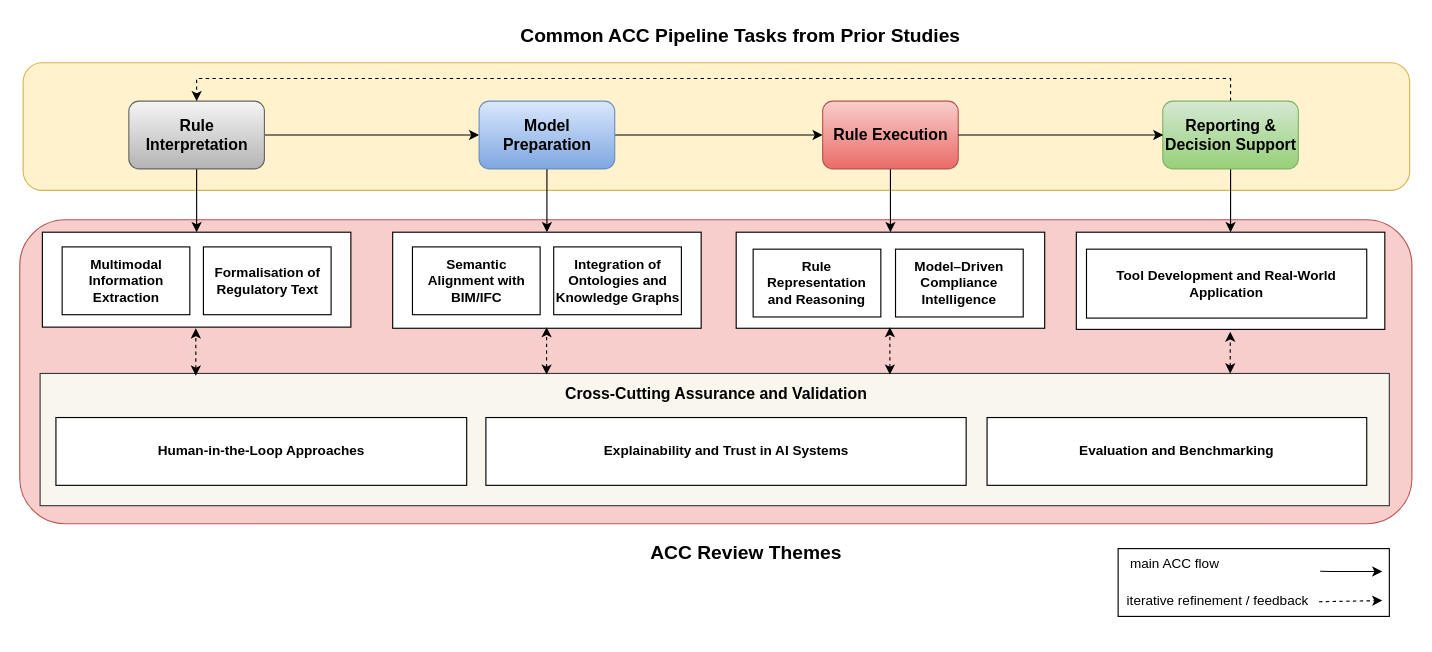
The draw.io diagram PreThemes.drawio in ysenousy/ACC-N-ACE, before the edit. Source tidied: cells renumbered, new cells numbered last; positions are measured from the earlier drawing's top-left corner, leaving out a move shared by most shapes. Both pictures are drawn from the tidied source at 113%, with x=0, y=0 at pixel (19, 19).
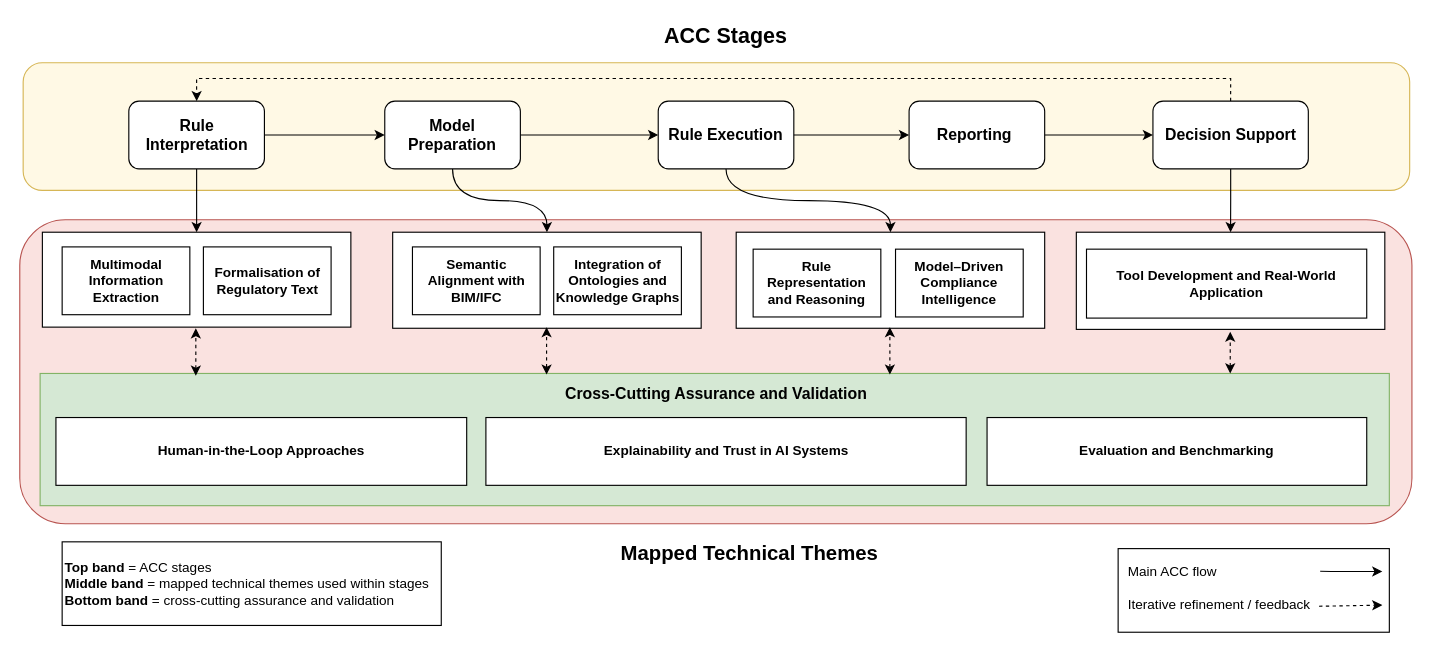
After the change.

Unchanged cells that the change refers to:
```xml
<mxCell id="17" style="rounded=0;whiteSpace=wrap;html=1;" parent="1" vertex="1">
  <mxGeometry x="330" y="188" width="273" height="85" as="geometry" />
</mxCell>
<mxCell id="19" style="rounded=0;whiteSpace=wrap;html=1;" parent="1" vertex="1">
  <mxGeometry x="935" y="188" width="273" height="86" as="geometry" />
</mxCell>
<mxCell id="20" style="rounded=0;whiteSpace=wrap;html=1;" parent="1" vertex="1">
  <mxGeometry x="634" y="188" width="273" height="85" as="geometry" />
</mxCell>
```

What changed in the source:
```diff
@@
-    <mxCell id="2" style="rounded=1;whiteSpace=wrap;html=1;fillColor=#f8cecc;strokeColor=#b85450;fillStyle=auto;" parent="1" vertex="1">
-      <mxGeometry y="177" width="1232" height="269" as="geometry" />
-    </mxCell>
-    <mxCell id="3" style="rounded=1;whiteSpace=wrap;html=1;fillColor=#fff2cc;strokeColor=#d6b656;fillStyle=auto;" parent="1" vertex="1">
-      <mxGeometry x="3" y="38" width="1227" height="113" as="geometry" />
-    </mxCell>
+    <mxCell id="43" style="rounded=1;whiteSpace=wrap;html=1;fillColor=light-dark(#fae2e0, #512d2b);strokeColor=#b85450;fillStyle=auto;gradientColor=none;gradientDirection=west;" parent="1" vertex="1">
+      <mxGeometry y="177" width="1232" height="269" as="geometry" />
+    </mxCell>
+    <mxCell id="44" style="rounded=1;whiteSpace=wrap;html=1;fillColor=light-dark(#fff9e5, #281d00);strokeColor=#d6b656;fillStyle=auto;" parent="1" vertex="1">
+      <mxGeometry x="3" y="38" width="1227" height="113" as="geometry" />
+    </mxCell>
@@
-    <mxCell id="6" value="&lt;font style=&quot;font-size: 14px;&quot;&gt;&lt;b&gt;Rule Interpretation&lt;/b&gt;&lt;/font&gt;" style="rounded=1;whiteSpace=wrap;html=1;fillColor=#f5f5f5;gradientColor=#b3b3b3;strokeColor=#666666;" parent="1" vertex="1">
+    <mxCell id="6" value="&lt;font style=&quot;font-size: 14px;&quot;&gt;&lt;b&gt;Rule Interpretation&lt;/b&gt;&lt;/font&gt;" style="rounded=1;whiteSpace=wrap;html=1;" parent="1" vertex="1">
       <mxGeometry x="96.5" y="72" width="120" height="60" as="geometry" />
     </mxCell>
@@
-    <mxCell id="8" style="edgeStyle=orthogonalEdgeStyle;rounded=0;jettySize=auto;html=1;entryX=0.5;entryY=0;entryDx=0;entryDy=0;" parent="1" edge="1" source="9" target="17">
+    <mxCell id="8" style="edgeStyle=orthogonalEdgeStyle;rounded=0;jettySize=auto;html=1;entryX=0.5;entryY=0;entryDx=0;entryDy=0;curved=1;" parent="1" edge="1" source="9" target="17">
       <mxGeometry relative="1" as="geometry" />
     </mxCell>
-    <mxCell id="9" value="&lt;font style=&quot;font-size: 14px;&quot;&gt;&lt;b&gt;Model Preparation&lt;/b&gt;&lt;/font&gt;" style="rounded=1;whiteSpace=wrap;html=1;fillColor=#dae8fc;gradientColor=#7ea6e0;strokeColor=#6c8ebf;" parent="1" vertex="1">
-      <mxGeometry x="406.5" y="72" width="120" height="60" as="geometry" />
+    <mxCell id="9" value="&lt;font style=&quot;font-size: 14px;&quot;&gt;&lt;b&gt;Model Preparation&lt;/b&gt;&lt;/font&gt;" style="rounded=1;whiteSpace=wrap;html=1;" parent="1" vertex="1">
+      <mxGeometry x="323" y="72" width="120" height="60" as="geometry" />
     </mxCell>
-    <mxCell id="10" style="edgeStyle=orthogonalEdgeStyle;rounded=0;jettySize=auto;html=1;entryX=0.5;entryY=0;entryDx=0;entryDy=0;" parent="1" edge="1" source="11" target="20">
+    <mxCell id="10" style="edgeStyle=orthogonalEdgeStyle;rounded=0;jettySize=auto;html=1;entryX=0.5;entryY=0;entryDx=0;entryDy=0;curved=1;" parent="1" edge="1" source="11" target="20">
       <mxGeometry relative="1" as="geometry" />
     </mxCell>
-    <mxCell id="11" value="&lt;font style=&quot;font-size: 14px;&quot;&gt;&lt;b&gt;Rule Execution&lt;/b&gt;&lt;/font&gt;" style="rounded=1;whiteSpace=wrap;html=1;fillColor=#f8cecc;gradientColor=#ea6b66;strokeColor=#b85450;" parent="1" vertex="1">
-      <mxGeometry x="710.5" y="72" width="120" height="60" as="geometry" />
+    <mxCell id="11" value="&lt;font style=&quot;font-size: 14px;&quot;&gt;&lt;b&gt;Rule Execution&lt;/b&gt;&lt;/font&gt;" style="rounded=1;whiteSpace=wrap;html=1;" parent="1" vertex="1">
+      <mxGeometry x="565" y="72" width="120" height="60" as="geometry" />
     </mxCell>
-    <mxCell id="12" style="edgeStyle=orthogonalEdgeStyle;rounded=0;jettySize=auto;html=1;entryX=0.5;entryY=0;entryDx=0;entryDy=0;" parent="1" edge="1" source="14" target="19">
-      <mxGeometry relative="1" as="geometry" />
-    </mxCell>
-    <mxCell id="13" style="edgeStyle=orthogonalEdgeStyle;rounded=0;jettySize=auto;html=1;exitX=0.5;exitY=0;exitDx=0;exitDy=0;entryX=0.5;entryY=0;entryDx=0;entryDy=0;dashed=1;" parent="1" edge="1" source="14" target="6">
-      <mxGeometry relative="1" as="geometry" />
-    </mxCell>
-    <mxCell id="14" value="&lt;font style=&quot;font-size: 14px;&quot;&gt;&lt;b&gt;Reporting &amp;amp; Decision Support&lt;/b&gt;&lt;/font&gt;" style="rounded=1;whiteSpace=wrap;html=1;fillColor=#d5e8d4;gradientColor=#97d077;strokeColor=#82b366;" parent="1" vertex="1">
-      <mxGeometry x="1011.5" y="72" width="120" height="60" as="geometry" />
-    </mxCell>
+    <mxCell id="45" style="edgeStyle=orthogonalEdgeStyle;rounded=0;jettySize=auto;html=1;entryX=0.5;entryY=0;entryDx=0;entryDy=0;" parent="1" edge="1" source="47" target="19">
+      <mxGeometry relative="1" as="geometry" />
+    </mxCell>
+    <mxCell id="46" style="edgeStyle=orthogonalEdgeStyle;rounded=0;jettySize=auto;html=1;exitX=0.5;exitY=0;exitDx=0;exitDy=0;entryX=0.5;entryY=0;entryDx=0;entryDy=0;dashed=1;" parent="1" edge="1" source="47" target="6">
+      <mxGeometry relative="1" as="geometry" />
+    </mxCell>
+    <mxCell id="47" value="&lt;font style=&quot;font-size: 14px;&quot;&gt;&lt;b&gt;Decision Support&lt;/b&gt;&lt;/font&gt;" style="rounded=1;whiteSpace=wrap;html=1;" parent="1" vertex="1">
+      <mxGeometry x="1002.8" y="72" width="137.5" height="60" as="geometry" />
+    </mxCell>
@@
-    <mxCell id="23" style="rounded=0;whiteSpace=wrap;html=1;fillColor=#f9f7ed;strokeColor=#36393d;" parent="1" vertex="1">
-      <mxGeometry x="18" y="313" width="1194" height="117" as="geometry" />
-    </mxCell>
+    <mxCell id="48" style="rounded=0;whiteSpace=wrap;html=1;fillColor=#d5e8d4;strokeColor=#82b366;" parent="1" vertex="1">
+      <mxGeometry x="18" y="313" width="1194" height="117" as="geometry" />
+    </mxCell>
@@
-    <mxCell id="26" style="edgeStyle=orthogonalEdgeStyle;rounded=0;jettySize=auto;html=1;curved=1;" parent="1" edge="1" source="11">
-      <mxGeometry relative="1" as="geometry">
-        <mxPoint x="1012" y="102" as="targetPoint" />
-      </mxGeometry>
-    </mxCell>
-    <mxCell id="27" style="endArrow=classic;startArrow=classic;html=1;rounded=0;entryX=0.5;entryY=1;entryDx=0;entryDy=0;dashed=1;exitX=0.116;exitY=0.011;exitDx=0;exitDy=0;exitPerimeter=0;" parent="1" edge="1">
-      <mxGeometry relative="1" as="geometry">
-        <mxPoint x="155.8" y="315" as="sourcePoint" />
-        <mxPoint x="155.8" y="273" as="targetPoint" />
-      </mxGeometry>
-    </mxCell>
-    <mxCell id="28" style="rounded=0;whiteSpace=wrap;html=1;" parent="1" vertex="1">
-      <mxGeometry x="972" y="468" width="240" height="60" as="geometry" />
-    </mxCell>
-    <mxCell id="29" style="endArrow=classic;html=1;rounded=0;" parent="1" edge="1">
-      <mxGeometry relative="1" as="geometry">
-        <mxPoint x="1150.8" y="488" as="sourcePoint" />
-        <mxPoint x="1205.8" y="488.3" as="targetPoint" />
-        <Array as="points">
-          <mxPoint x="1160.8" y="488.3" />
-        </Array>
-      </mxGeometry>
-    </mxCell>
-    <mxCell id="30" style="endArrow=classic;html=1;rounded=0;dashed=1;" parent="1" edge="1">
-      <mxGeometry relative="1" as="geometry">
-        <mxPoint x="1149.8" y="515" as="sourcePoint" />
-        <mxPoint x="1205.8" y="514" as="targetPoint" />
-      </mxGeometry>
-    </mxCell>
-    <mxCell id="31" value="main ACC flow" style="text;whiteSpace=wrap;html=1;" parent="1" vertex="1">
-      <mxGeometry x="980.5" y="468" width="107" height="36" as="geometry" />
-    </mxCell>
-    <mxCell id="32" value="iterative refinement / feedback" style="text;whiteSpace=wrap;html=1;" parent="1" vertex="1">
-      <mxGeometry x="978.2" y="500" width="165.4" height="36" as="geometry" />
-    </mxCell>
+    <mxCell id="49" style="edgeStyle=orthogonalEdgeStyle;rounded=0;jettySize=auto;html=1;curved=1;entryX=0;entryY=0.5;entryDx=0;entryDy=0;" parent="1" edge="1" source="61" target="47">
+      <mxGeometry relative="1" as="geometry" />
+    </mxCell>
+    <mxCell id="50" style="endArrow=classic;startArrow=classic;html=1;rounded=0;entryX=0.5;entryY=1;entryDx=0;entryDy=0;dashed=1;exitX=0.116;exitY=0.011;exitDx=0;exitDy=0;exitPerimeter=0;" parent="1" edge="1">
+      <mxGeometry relative="1" as="geometry">
+        <mxPoint x="155.8" y="315" as="sourcePoint" />
+        <mxPoint x="155.8" y="273" as="targetPoint" />
+      </mxGeometry>
+    </mxCell>
+    <mxCell id="51" style="rounded=0;whiteSpace=wrap;html=1;" parent="1" vertex="1">
+      <mxGeometry x="972" y="468" width="240" height="74" as="geometry" />
+    </mxCell>
+    <mxCell id="52" style="endArrow=classic;html=1;rounded=0;" parent="1" edge="1">
+      <mxGeometry relative="1" as="geometry">
+        <mxPoint x="1150.8" y="488" as="sourcePoint" />
+        <mxPoint x="1205.8" y="488.3" as="targetPoint" />
+        <Array as="points">
+          <mxPoint x="1160.8" y="488.3" />
+        </Array>
+      </mxGeometry>
+    </mxCell>
+    <mxCell id="53" style="endArrow=classic;html=1;rounded=0;dashed=1;" parent="1" edge="1">
+      <mxGeometry relative="1" as="geometry">
+        <mxPoint x="1149.8" y="519" as="sourcePoint" />
+        <mxPoint x="1205.8" y="518" as="targetPoint" />
+      </mxGeometry>
+    </mxCell>
+    <mxCell id="54" value="Main ACC flow&lt;div&gt;&lt;br&gt;&lt;/div&gt;&lt;div&gt;Iterative refinement / feedback&lt;/div&gt;" style="text;whiteSpace=wrap;html=1;" parent="1" vertex="1">
+      <mxGeometry x="979" y="475" width="191.5" height="64" as="geometry" />
+    </mxCell>
@@
-    <mxCell id="37" style="endArrow=classic;startArrow=classic;html=1;rounded=0;dashed=1;exitX=0.116;exitY=0.011;exitDx=0;exitDy=0;exitPerimeter=0;" parent="1" edge="1">
-      <mxGeometry relative="1" as="geometry">
-        <mxPoint x="1071.2" y="313" as="sourcePoint" />
-        <mxPoint x="1071.2" y="276" as="targetPoint" />
-      </mxGeometry>
-    </mxCell>
+    <mxCell id="55" style="endArrow=classic;startArrow=classic;html=1;rounded=0;dashed=1;exitX=0.116;exitY=0.011;exitDx=0;exitDy=0;exitPerimeter=0;" parent="1" edge="1">
+      <mxGeometry relative="1" as="geometry">
+        <mxPoint x="1071.2" y="313" as="sourcePoint" />
+        <mxPoint x="1071.2" y="276" as="targetPoint" />
+      </mxGeometry>
+    </mxCell>
@@
-    <mxCell id="39" style="endArrow=classic;startArrow=classic;html=1;rounded=0;entryX=0.5;entryY=1;entryDx=0;entryDy=0;dashed=1;exitX=0.116;exitY=0.011;exitDx=0;exitDy=0;exitPerimeter=0;" parent="1" edge="1">
-      <mxGeometry relative="1" as="geometry">
-        <mxPoint x="466.2" y="314" as="sourcePoint" />
-        <mxPoint x="466.2" y="272" as="targetPoint" />
-      </mxGeometry>
-    </mxCell>
-    <mxCell id="40" style="endArrow=classic;startArrow=classic;html=1;rounded=0;entryX=0.5;entryY=1;entryDx=0;entryDy=0;dashed=1;exitX=0.116;exitY=0.011;exitDx=0;exitDy=0;exitPerimeter=0;" parent="1" edge="1">
-      <mxGeometry relative="1" as="geometry">
-        <mxPoint x="770" y="314" as="sourcePoint" />
-        <mxPoint x="770" y="272" as="targetPoint" />
-      </mxGeometry>
-    </mxCell>
-    <mxCell id="41" value="&lt;b&gt;&lt;font style=&quot;font-size: 17px;&quot;&gt;Common ACC Pipeline Tasks from Prior Studies&lt;/font&gt;&lt;/b&gt;" style="text;html=1;whiteSpace=wrap;strokeColor=none;fillColor=none;align=center;verticalAlign=middle;rounded=0;" parent="1" vertex="1">
-      <mxGeometry x="437.5" width="400" height="30" as="geometry" />
-    </mxCell>
-    <mxCell id="42" value="&lt;b&gt;&lt;font style=&quot;font-size: 17px;&quot;&gt;ACC Review Themes&lt;/font&gt;&lt;/b&gt;" style="text;html=1;whiteSpace=wrap;strokeColor=none;fillColor=none;align=center;verticalAlign=middle;rounded=0;" parent="1" vertex="1">
-      <mxGeometry x="443" y="458" width="400" height="30" as="geometry" />
-    </mxCell>
+    <mxCell id="56" style="endArrow=classic;startArrow=classic;html=1;rounded=0;entryX=0.5;entryY=1;entryDx=0;entryDy=0;dashed=1;exitX=0.116;exitY=0.011;exitDx=0;exitDy=0;exitPerimeter=0;" parent="1" edge="1">
+      <mxGeometry relative="1" as="geometry">
+        <mxPoint x="466.2" y="314" as="sourcePoint" />
+        <mxPoint x="466.2" y="272" as="targetPoint" />
+      </mxGeometry>
+    </mxCell>
+    <mxCell id="57" style="endArrow=classic;startArrow=classic;html=1;rounded=0;entryX=0.5;entryY=1;entryDx=0;entryDy=0;dashed=1;exitX=0.116;exitY=0.011;exitDx=0;exitDy=0;exitPerimeter=0;" parent="1" edge="1">
+      <mxGeometry relative="1" as="geometry">
+        <mxPoint x="770" y="314" as="sourcePoint" />
+        <mxPoint x="770" y="272" as="targetPoint" />
+      </mxGeometry>
+    </mxCell>
+    <mxCell id="58" value="&lt;b&gt;&lt;font style=&quot;font-size: 19px;&quot;&gt;ACC Stages&lt;/font&gt;&lt;/b&gt;" style="text;html=1;whiteSpace=wrap;strokeColor=none;fillColor=none;align=center;verticalAlign=middle;rounded=0;" parent="1" vertex="1">
+      <mxGeometry x="280" width="690" height="30" as="geometry" />
+    </mxCell>
+    <mxCell id="59" value="&lt;font style=&quot;font-size: 18px;&quot;&gt;&lt;b&gt;Mapped Technical Themes&lt;/b&gt;&lt;/font&gt;" style="text;html=1;whiteSpace=wrap;strokeColor=none;fillColor=none;align=center;verticalAlign=middle;rounded=0;" parent="1" vertex="1">
+      <mxGeometry x="443" y="458" width="406" height="30" as="geometry" />
+    </mxCell>
+    <mxCell id="60" style="edgeStyle=orthogonalEdgeStyle;rounded=0;jettySize=auto;html=1;curved=1;" parent="1" edge="1" source="11" target="61">
+      <mxGeometry relative="1" as="geometry" />
+    </mxCell>
+    <mxCell id="61" value="&lt;b style=&quot;font-size: 14px;&quot;&gt;Reporting&amp;nbsp;&lt;/b&gt;" style="rounded=1;whiteSpace=wrap;html=1;" parent="1" vertex="1">
+      <mxGeometry x="787" y="72" width="120" height="60" as="geometry" />
+    </mxCell>
+    <mxCell id="62" value="&lt;strong style=&quot;background-color: transparent; color: light-dark(rgb(0, 0, 0), rgb(255, 255, 255));&quot;&gt;Top band&lt;/strong&gt;&lt;span style=&quot;background-color: transparent; color: light-dark(rgb(0, 0, 0), rgb(255, 255, 255));&quot;&gt; = ACC stages&lt;/span&gt;&lt;br&gt;&lt;strong style=&quot;background-color: transparent; color: light-dark(rgb(0, 0, 0), rgb(255, 255, 255));&quot;&gt;Middle band&lt;/strong&gt;&lt;span style=&quot;background-color: transparent; color: light-dark(rgb(0, 0, 0), rgb(255, 255, 255));&quot;&gt; = mapped technical themes used within stages&lt;/span&gt;&lt;br&gt;&lt;strong style=&quot;background-color: transparent; color: light-dark(rgb(0, 0, 0), rgb(255, 255, 255));&quot;&gt;Bottom band&lt;/strong&gt;&lt;span style=&quot;background-color: transparent; color: light-dark(rgb(0, 0, 0), rgb(255, 255, 255));&quot;&gt; = cross-cutting assurance and validation&lt;/span&gt;" style="rounded=0;whiteSpace=wrap;html=1;align=left;" parent="1" vertex="1">
+      <mxGeometry x="37.5" y="462" width="335.5" height="74" as="geometry" />
+    </mxCell>
```
